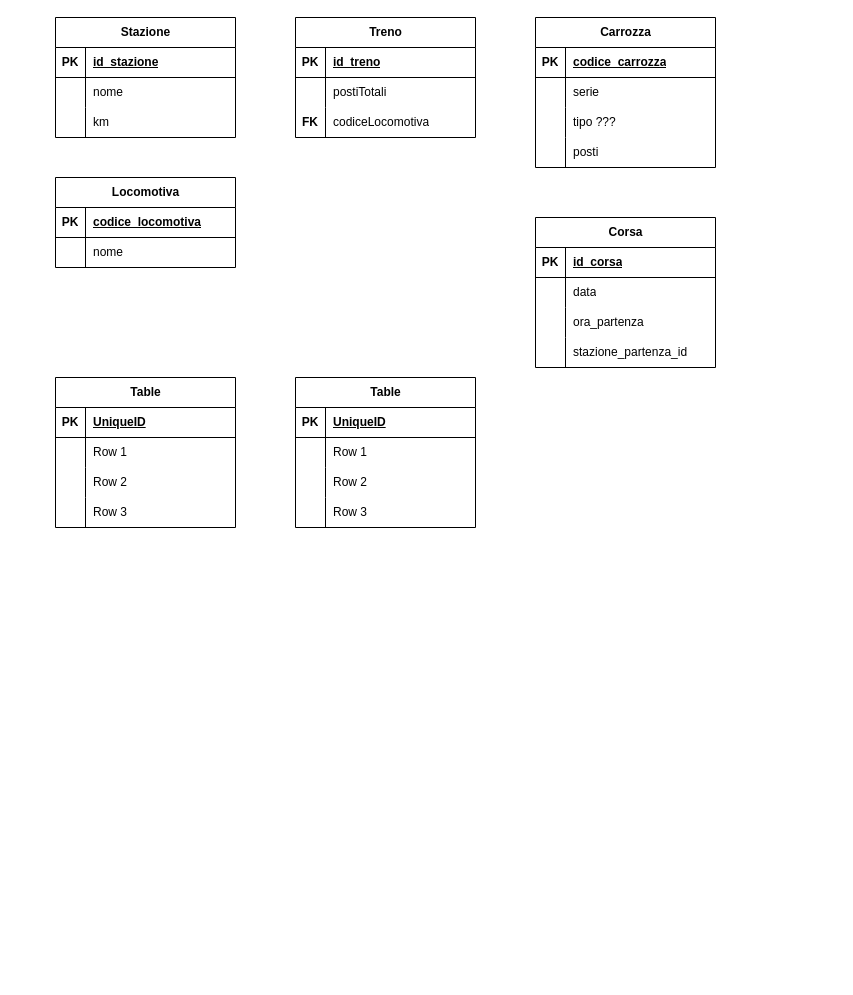
alex991906/vendita-biglietti-sft keeps this draw.io diagram as ER - vendita biglietti per SFT.drawio. Above is the earlier version. Source tidied: cells renumbered, new cells numbered last; positions are measured from the earlier drawing's top-left corner, leaving out a move shared by most shapes. Both pictures are drawn from the tidied source at 100%, with x=0, y=0 at pixel (55, 17).
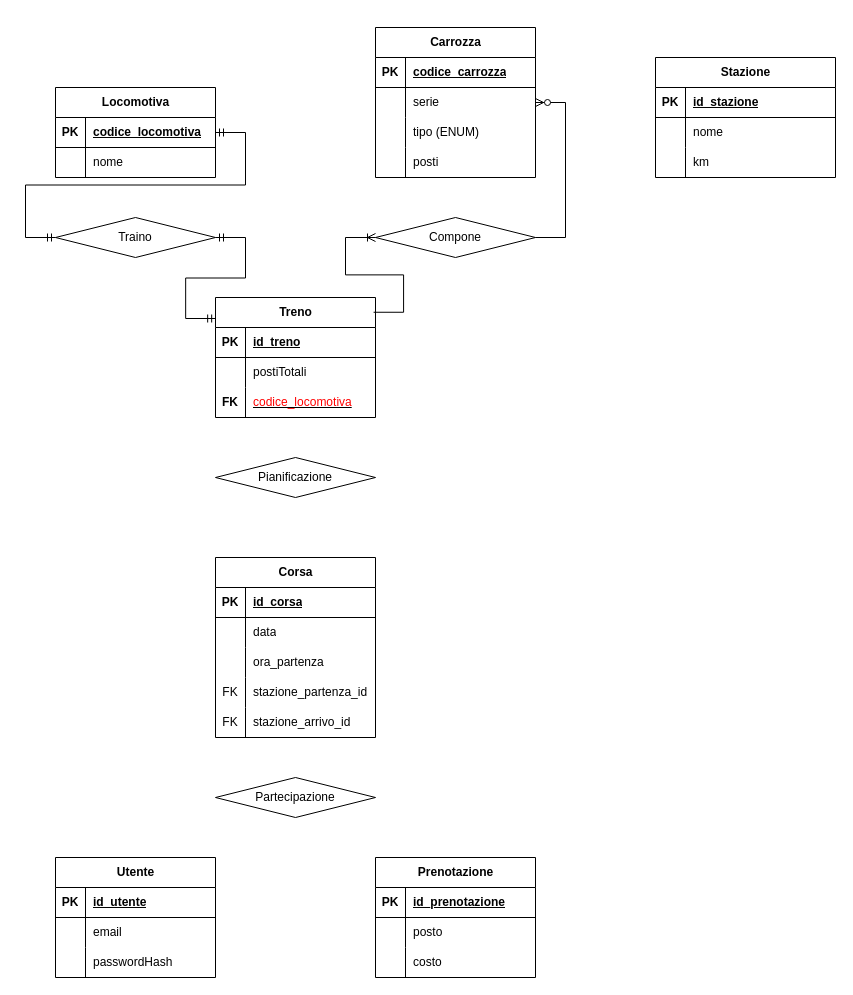
Above is the later version.

What changed in the source:
```diff
@@
     <mxCell id="2" value="Corsa" style="shape=table;startSize=30;childLayout=tableLayout;rowLines=0;fontStyle=1;align=center;html=1;" parent="1" vertex="1">
-      <mxGeometry x="480" y="200" width="180" height="150" as="geometry" />
+      <mxGeometry x="160" y="540" width="160" height="180" as="geometry" />
     </mxCell>
     <mxCell id="3" style="shape=tableRow;horizontal=0;startSize=0;swimlaneHead=0;swimlaneBody=0;fillColor=none;top=0;left=0;right=0;bottom=1;" parent="2" vertex="1">
-      <mxGeometry y="30" width="180" height="30" as="geometry" />
+      <mxGeometry y="30" width="160" height="30" as="geometry" />
     </mxCell>
@@
     <mxCell id="5" value="id_corsa" style="shape=partialRectangle;fillColor=none;top=0;left=0;bottom=0;right=0;align=left;spacingLeft=6;fontStyle=5;overflow=hidden;whiteSpace=wrap;html=1;" parent="3" vertex="1">
-      <mxGeometry x="30" width="150" height="30" as="geometry" />
+      <mxGeometry x="30" width="130" height="30" as="geometry" />
     </mxCell>
     <mxCell id="6" style="shape=tableRow;horizontal=0;startSize=0;swimlaneHead=0;swimlaneBody=0;fillColor=none;top=0;left=0;right=0;bottom=0;" parent="2" vertex="1">
-      <mxGeometry y="60" width="180" height="30" as="geometry" />
+      <mxGeometry y="60" width="160" height="30" as="geometry" />
     </mxCell>
@@
     <mxCell id="8" value="data" style="shape=partialRectangle;fillColor=none;top=0;left=0;bottom=0;right=0;align=left;spacingLeft=6;overflow=hidden;whiteSpace=wrap;html=1;" parent="6" vertex="1">
-      <mxGeometry x="30" width="150" height="30" as="geometry" />
+      <mxGeometry x="30" width="130" height="30" as="geometry" />
     </mxCell>
     <mxCell id="9" style="shape=tableRow;horizontal=0;startSize=0;swimlaneHead=0;swimlaneBody=0;fillColor=none;top=0;left=0;right=0;bottom=0;" parent="2" vertex="1">
-      <mxGeometry y="90" width="180" height="30" as="geometry" />
+      <mxGeometry y="90" width="160" height="30" as="geometry" />
     </mxCell>
@@
     <mxCell id="11" value="ora_partenza" style="shape=partialRectangle;fillColor=none;top=0;left=0;bottom=0;right=0;align=left;spacingLeft=6;overflow=hidden;whiteSpace=wrap;html=1;" parent="9" vertex="1">
-      <mxGeometry x="30" width="150" height="30" as="geometry" />
+      <mxGeometry x="30" width="130" height="30" as="geometry" />
     </mxCell>
     <mxCell id="12" style="shape=tableRow;horizontal=0;startSize=0;swimlaneHead=0;swimlaneBody=0;fillColor=none;top=0;left=0;right=0;bottom=0;" parent="2" vertex="1">
-      <mxGeometry y="120" width="180" height="30" as="geometry" />
+      <mxGeometry y="120" width="160" height="30" as="geometry" />
     </mxCell>
-    <mxCell id="13" style="shape=partialRectangle;fillColor=none;top=0;left=0;bottom=0;right=0;overflow=hidden;whiteSpace=wrap;html=1;" parent="12" vertex="1">
+    <mxCell id="13" value="FK" style="shape=partialRectangle;fillColor=none;top=0;left=0;bottom=0;right=0;overflow=hidden;whiteSpace=wrap;html=1;" parent="12" vertex="1">
       <mxGeometry width="30" height="30" as="geometry" />
     </mxCell>
     <mxCell id="14" value="stazione_partenza_id" style="shape=partialRectangle;fillColor=none;top=0;left=0;bottom=0;right=0;align=left;spacingLeft=6;overflow=hidden;whiteSpace=wrap;html=1;" parent="12" vertex="1">
-      <mxGeometry x="30" width="150" height="30" as="geometry" />
+      <mxGeometry x="30" width="130" height="30" as="geometry" />
     </mxCell>
+    <mxCell id="81" style="shape=tableRow;horizontal=0;startSize=0;swimlaneHead=0;swimlaneBody=0;fillColor=none;top=0;left=0;right=0;bottom=0;" parent="2" vertex="1">
+      <mxGeometry y="150" width="160" height="30" as="geometry" />
+    </mxCell>
+    <mxCell id="82" value="FK" style="shape=partialRectangle;fillColor=none;top=0;left=0;bottom=0;right=0;overflow=hidden;whiteSpace=wrap;html=1;" parent="81" vertex="1">
+      <mxGeometry width="30" height="30" as="geometry" />
+    </mxCell>
+    <mxCell id="83" value="stazione_arrivo_id" style="shape=partialRectangle;fillColor=none;top=0;left=0;bottom=0;right=0;align=left;spacingLeft=6;overflow=hidden;whiteSpace=wrap;html=1;" parent="81" vertex="1">
+      <mxGeometry x="30" width="130" height="30" as="geometry" />
+    </mxCell>
     <mxCell id="15" value="Stazione" style="shape=table;startSize=30;childLayout=tableLayout;rowLines=0;fontStyle=1;align=center;html=1;" parent="1" vertex="1">
-      <mxGeometry width="180" height="120" as="geometry" />
+      <mxGeometry x="600" y="40" width="180" height="120" as="geometry" />
     </mxCell>
@@
     <mxCell id="25" value="Treno" style="shape=table;startSize=30;childLayout=tableLayout;rowLines=0;fontStyle=1;align=center;html=1;" parent="1" vertex="1">
-      <mxGeometry x="240" width="180" height="120" as="geometry" />
+      <mxGeometry x="160" y="280" width="160" height="120" as="geometry" />
     </mxCell>
     <mxCell id="26" style="shape=tableRow;horizontal=0;startSize=0;swimlaneHead=0;swimlaneBody=0;fillColor=none;top=0;left=0;right=0;bottom=1;" parent="25" vertex="1">
-      <mxGeometry y="30" width="180" height="30" as="geometry" />
+      <mxGeometry y="30" width="160" height="30" as="geometry" />
     </mxCell>
@@
     <mxCell id="28" value="id_treno" style="shape=partialRectangle;fillColor=none;top=0;left=0;bottom=0;right=0;align=left;spacingLeft=6;fontStyle=5;overflow=hidden;whiteSpace=wrap;html=1;" parent="26" vertex="1">
-      <mxGeometry x="30" width="150" height="30" as="geometry" />
+      <mxGeometry x="30" width="130" height="30" as="geometry" />
     </mxCell>
     <mxCell id="29" style="shape=tableRow;horizontal=0;startSize=0;swimlaneHead=0;swimlaneBody=0;fillColor=none;top=0;left=0;right=0;bottom=0;" parent="25" vertex="1">
-      <mxGeometry y="60" width="180" height="30" as="geometry" />
+      <mxGeometry y="60" width="160" height="30" as="geometry" />
     </mxCell>
@@
     <mxCell id="31" value="postiTotali" style="shape=partialRectangle;fillColor=none;top=0;left=0;bottom=0;right=0;align=left;spacingLeft=6;overflow=hidden;whiteSpace=wrap;html=1;" parent="29" vertex="1">
-      <mxGeometry x="30" width="150" height="30" as="geometry" />
+      <mxGeometry x="30" width="130" height="30" as="geometry" />
     </mxCell>
     <mxCell id="32" style="shape=tableRow;horizontal=0;startSize=0;swimlaneHead=0;swimlaneBody=0;fillColor=none;top=0;left=0;right=0;bottom=0;" parent="25" vertex="1">
-      <mxGeometry y="90" width="180" height="30" as="geometry" />
+      <mxGeometry y="90" width="160" height="30" as="geometry" />
     </mxCell>
@@
-    <mxCell id="34" value="codiceLocomotiva" style="shape=partialRectangle;fillColor=none;top=0;left=0;bottom=0;right=0;align=left;spacingLeft=6;overflow=hidden;whiteSpace=wrap;html=1;" parent="32" vertex="1">
-      <mxGeometry x="30" width="150" height="30" as="geometry" />
+    <mxCell id="34" value="&lt;u&gt;&lt;font style=&quot;color: rgb(255, 0, 0);&quot;&gt;codice_locomotiva&lt;/font&gt;&lt;/u&gt;" style="shape=partialRectangle;fillColor=none;top=0;left=0;bottom=0;right=0;align=left;spacingLeft=6;overflow=hidden;whiteSpace=wrap;html=1;" parent="32" vertex="1">
+      <mxGeometry x="30" width="130" height="30" as="geometry" />
     </mxCell>
     <mxCell id="35" value="Locomotiva" style="shape=table;startSize=30;childLayout=tableLayout;rowLines=0;fontStyle=1;align=center;html=1;" parent="1" vertex="1">
-      <mxGeometry y="160" width="180" height="90" as="geometry" />
+      <mxGeometry y="70" width="160" height="90" as="geometry" />
     </mxCell>
     <mxCell id="36" style="shape=tableRow;horizontal=0;startSize=0;swimlaneHead=0;swimlaneBody=0;fillColor=none;points=[[0,0.5],[1,0.5]];portConstraint=eastwest;top=0;left=0;right=0;bottom=1;" parent="35" vertex="1">
-      <mxGeometry y="30" width="180" height="30" as="geometry" />
+      <mxGeometry y="30" width="160" height="30" as="geometry" />
     </mxCell>
@@
     <mxCell id="38" value="codice_locomotiva" style="shape=partialRectangle;fillColor=none;top=0;left=0;bottom=0;right=0;align=left;spacingLeft=6;fontStyle=5;overflow=hidden;whiteSpace=wrap;html=1;" parent="36" vertex="1">
-      <mxGeometry x="30" width="150" height="30" as="geometry" />
+      <mxGeometry x="30" width="130" height="30" as="geometry" />
     </mxCell>
     <mxCell id="39" style="shape=tableRow;horizontal=0;startSize=0;swimlaneHead=0;swimlaneBody=0;fillColor=none;top=0;left=0;right=0;bottom=0;" parent="35" vertex="1">
-      <mxGeometry y="60" width="180" height="30" as="geometry" />
+      <mxGeometry y="60" width="160" height="30" as="geometry" />
     </mxCell>
@@
     <mxCell id="41" value="nome" style="shape=partialRectangle;fillColor=none;top=0;left=0;bottom=0;right=0;align=left;spacingLeft=6;overflow=hidden;whiteSpace=wrap;html=1;" parent="39" vertex="1">
-      <mxGeometry x="30" width="150" height="30" as="geometry" />
+      <mxGeometry x="30" width="130" height="30" as="geometry" />
     </mxCell>
     <mxCell id="42" value="Carrozza" style="shape=table;startSize=30;childLayout=tableLayout;rowLines=0;fontStyle=1;align=center;html=1;" parent="1" vertex="1">
-      <mxGeometry x="480" width="180" height="150" as="geometry" />
+      <mxGeometry x="320" y="10" width="160" height="150" as="geometry" />
     </mxCell>
     <mxCell id="43" style="shape=tableRow;horizontal=0;startSize=0;swimlaneHead=0;swimlaneBody=0;fillColor=none;top=0;left=0;right=0;bottom=1;" parent="42" vertex="1">
-      <mxGeometry y="30" width="180" height="30" as="geometry" />
+      <mxGeometry y="30" width="160" height="30" as="geometry" />
     </mxCell>
@@
     <mxCell id="45" value="codice_carrozza" style="shape=partialRectangle;fillColor=none;top=0;left=0;bottom=0;right=0;align=left;spacingLeft=6;fontStyle=5;overflow=hidden;whiteSpace=wrap;html=1;" parent="43" vertex="1">
-      <mxGeometry x="30" width="150" height="30" as="geometry" />
+      <mxGeometry x="30" width="130" height="30" as="geometry" />
     </mxCell>
     <mxCell id="46" style="shape=tableRow;horizontal=0;startSize=0;swimlaneHead=0;swimlaneBody=0;fillColor=none;top=0;left=0;right=0;bottom=0;" parent="42" vertex="1">
-      <mxGeometry y="60" width="180" height="30" as="geometry" />
+      <mxGeometry y="60" width="160" height="30" as="geometry" />
     </mxCell>
@@
     <mxCell id="48" value="serie" style="shape=partialRectangle;fillColor=none;top=0;left=0;bottom=0;right=0;align=left;spacingLeft=6;overflow=hidden;whiteSpace=wrap;html=1;" parent="46" vertex="1">
-      <mxGeometry x="30" width="150" height="30" as="geometry" />
+      <mxGeometry x="30" width="130" height="30" as="geometry" />
     </mxCell>
     <mxCell id="49" style="shape=tableRow;horizontal=0;startSize=0;swimlaneHead=0;swimlaneBody=0;fillColor=none;top=0;left=0;right=0;bottom=0;" parent="42" vertex="1">
-      <mxGeometry y="90" width="180" height="30" as="geometry" />
+      <mxGeometry y="90" width="160" height="30" as="geometry" />
     </mxCell>
@@
-    <mxCell id="51" value="tipo ???" style="shape=partialRectangle;fillColor=none;top=0;left=0;bottom=0;right=0;align=left;spacingLeft=6;overflow=hidden;whiteSpace=wrap;html=1;" parent="49" vertex="1">
-      <mxGeometry x="30" width="150" height="30" as="geometry" />
+    <mxCell id="51" value="tipo (ENUM)" style="shape=partialRectangle;fillColor=none;top=0;left=0;bottom=0;right=0;align=left;spacingLeft=6;overflow=hidden;whiteSpace=wrap;html=1;" parent="49" vertex="1">
+      <mxGeometry x="30" width="130" height="30" as="geometry" />
     </mxCell>
     <mxCell id="52" style="shape=tableRow;horizontal=0;startSize=0;swimlaneHead=0;swimlaneBody=0;fillColor=none;top=0;left=0;right=0;bottom=0;" parent="42" vertex="1">
-      <mxGeometry y="120" width="180" height="30" as="geometry" />
+      <mxGeometry y="120" width="160" height="30" as="geometry" />
     </mxCell>
@@
     <mxCell id="54" value="posti" style="shape=partialRectangle;fillColor=none;top=0;left=0;bottom=0;right=0;align=left;spacingLeft=6;overflow=hidden;whiteSpace=wrap;html=1;" parent="52" vertex="1">
-      <mxGeometry x="30" width="150" height="30" as="geometry" />
+      <mxGeometry x="30" width="130" height="30" as="geometry" />
     </mxCell>
+    <mxCell id="68" value="Prenotazione" style="shape=table;startSize=30;childLayout=tableLayout;rowLines=0;fontStyle=1;align=center;html=1;" parent="1" vertex="1">
+      <mxGeometry x="320" y="840" width="160" height="120" as="geometry" />
+    </mxCell>
+    <mxCell id="69" style="shape=tableRow;horizontal=0;startSize=0;swimlaneHead=0;swimlaneBody=0;fillColor=none;top=0;left=0;right=0;bottom=1;" parent="68" vertex="1">
+      <mxGeometry y="30" width="160" height="30" as="geometry" />
+    </mxCell>
+    <mxCell id="70" value="PK" style="shape=partialRectangle;fillColor=none;top=0;left=0;bottom=0;right=0;fontStyle=1;overflow=hidden;whiteSpace=wrap;html=1;" parent="69" vertex="1">
+      <mxGeometry width="30" height="30" as="geometry" />
+    </mxCell>
+    <mxCell id="71" value="id_prenotazione" style="shape=partialRectangle;fillColor=none;top=0;left=0;bottom=0;right=0;align=left;spacingLeft=6;fontStyle=5;overflow=hidden;whiteSpace=wrap;html=1;" parent="69" vertex="1">
+      <mxGeometry x="30" width="130" height="30" as="geometry" />
+    </mxCell>
+    <mxCell id="72" style="shape=tableRow;horizontal=0;startSize=0;swimlaneHead=0;swimlaneBody=0;fillColor=none;top=0;left=0;right=0;bottom=0;" parent="68" vertex="1">
+      <mxGeometry y="60" width="160" height="30" as="geometry" />
+    </mxCell>
+    <mxCell id="73" style="shape=partialRectangle;fillColor=none;top=0;left=0;bottom=0;right=0;overflow=hidden;whiteSpace=wrap;html=1;" parent="72" vertex="1">
+      <mxGeometry width="30" height="30" as="geometry" />
+    </mxCell>
+    <mxCell id="74" value="posto" style="shape=partialRectangle;fillColor=none;top=0;left=0;bottom=0;right=0;align=left;spacingLeft=6;overflow=hidden;whiteSpace=wrap;html=1;" parent="72" vertex="1">
+      <mxGeometry x="30" width="130" height="30" as="geometry" />
+    </mxCell>
+    <mxCell id="75" style="shape=tableRow;horizontal=0;startSize=0;swimlaneHead=0;swimlaneBody=0;fillColor=none;top=0;left=0;right=0;bottom=0;" parent="68" vertex="1">
+      <mxGeometry y="90" width="160" height="30" as="geometry" />
+    </mxCell>
+    <mxCell id="76" style="shape=partialRectangle;fillColor=none;top=0;left=0;bottom=0;right=0;overflow=hidden;whiteSpace=wrap;html=1;" parent="75" vertex="1">
+      <mxGeometry width="30" height="30" as="geometry" />
+    </mxCell>
+    <mxCell id="77" value="costo" style="shape=partialRectangle;fillColor=none;top=0;left=0;bottom=0;right=0;align=left;spacingLeft=6;overflow=hidden;whiteSpace=wrap;html=1;" parent="75" vertex="1">
+      <mxGeometry x="30" width="130" height="30" as="geometry" />
+    </mxCell>
+    <mxCell id="84" value="Compone" style="shape=rhombus;perimeter=rhombusPerimeter;whiteSpace=wrap;html=1;align=center;" parent="1" vertex="1">
+      <mxGeometry x="320" y="200" width="160" height="40" as="geometry" />
+    </mxCell>
+    <mxCell id="85" value="Traino" style="shape=rhombus;perimeter=rhombusPerimeter;whiteSpace=wrap;html=1;align=center;" parent="1" vertex="1">
+      <mxGeometry y="200" width="160" height="40" as="geometry" />
+    </mxCell>
+    <mxCell id="86" value="Pianificazione" style="shape=rhombus;perimeter=rhombusPerimeter;whiteSpace=wrap;html=1;align=center;" parent="1" vertex="1">
+      <mxGeometry x="160" y="440" width="160" height="40" as="geometry" />
+    </mxCell>
+    <mxCell id="87" value="Partecipazione" style="shape=rhombus;perimeter=rhombusPerimeter;whiteSpace=wrap;html=1;align=center;" parent="1" vertex="1">
+      <mxGeometry x="160" y="760" width="160" height="40" as="geometry" />
+    </mxCell>
-    <mxCell id="55" value="Table" style="shape=table;startSize=30;childLayout=tableLayout;rowLines=0;fontStyle=1;align=center;html=1;" parent="1" vertex="1">
-      <mxGeometry y="360" width="180" height="150" as="geometry" />
+    <mxCell id="55" value="Utente" style="shape=table;startSize=30;childLayout=tableLayout;rowLines=0;fontStyle=1;align=center;html=1;" parent="1" vertex="1">
+      <mxGeometry y="840" width="160" height="120" as="geometry" />
     </mxCell>
     <mxCell id="56" style="shape=tableRow;horizontal=0;startSize=0;swimlaneHead=0;swimlaneBody=0;fillColor=none;top=0;left=0;right=0;bottom=1;" parent="55" vertex="1">
-      <mxGeometry y="30" width="180" height="30" as="geometry" />
+      <mxGeometry y="30" width="160" height="30" as="geometry" />
     </mxCell>
@@
-    <mxCell id="58" value="UniqueID" style="shape=partialRectangle;fillColor=none;top=0;left=0;bottom=0;right=0;align=left;spacingLeft=6;fontStyle=5;overflow=hidden;whiteSpace=wrap;html=1;" parent="56" vertex="1">
-      <mxGeometry x="30" width="150" height="30" as="geometry" />
+    <mxCell id="58" value="id_utente" style="shape=partialRectangle;fillColor=none;top=0;left=0;bottom=0;right=0;align=left;spacingLeft=6;fontStyle=5;overflow=hidden;whiteSpace=wrap;html=1;" parent="56" vertex="1">
+      <mxGeometry x="30" width="130" height="30" as="geometry" />
     </mxCell>
     <mxCell id="59" style="shape=tableRow;horizontal=0;startSize=0;swimlaneHead=0;swimlaneBody=0;fillColor=none;top=0;left=0;right=0;bottom=0;" parent="55" vertex="1">
-      <mxGeometry y="60" width="180" height="30" as="geometry" />
+      <mxGeometry y="60" width="160" height="30" as="geometry" />
     </mxCell>
@@
-    <mxCell id="61" value="Row 1" style="shape=partialRectangle;fillColor=none;top=0;left=0;bottom=0;right=0;align=left;spacingLeft=6;overflow=hidden;whiteSpace=wrap;html=1;" parent="59" vertex="1">
-      <mxGeometry x="30" width="150" height="30" as="geometry" />
+    <mxCell id="61" value="email" style="shape=partialRectangle;fillColor=none;top=0;left=0;bottom=0;right=0;align=left;spacingLeft=6;overflow=hidden;whiteSpace=wrap;html=1;" parent="59" vertex="1">
+      <mxGeometry x="30" width="130" height="30" as="geometry" />
     </mxCell>
     <mxCell id="62" style="shape=tableRow;horizontal=0;startSize=0;swimlaneHead=0;swimlaneBody=0;fillColor=none;top=0;left=0;right=0;bottom=0;" parent="55" vertex="1">
-      <mxGeometry y="90" width="180" height="30" as="geometry" />
+      <mxGeometry y="90" width="160" height="30" as="geometry" />
     </mxCell>
@@
-    <mxCell id="64" value="Row 2" style="shape=partialRectangle;fillColor=none;top=0;left=0;bottom=0;right=0;align=left;spacingLeft=6;overflow=hidden;whiteSpace=wrap;html=1;" parent="62" vertex="1">
-      <mxGeometry x="30" width="150" height="30" as="geometry" />
+    <mxCell id="64" value="passwordHash" style="shape=partialRectangle;fillColor=none;top=0;left=0;bottom=0;right=0;align=left;spacingLeft=6;overflow=hidden;whiteSpace=wrap;html=1;" parent="62" vertex="1">
+      <mxGeometry x="30" width="130" height="30" as="geometry" />
     </mxCell>
-    <mxCell id="65" style="shape=tableRow;horizontal=0;startSize=0;swimlaneHead=0;swimlaneBody=0;fillColor=none;top=0;left=0;right=0;bottom=0;" parent="55" vertex="1">
-      <mxGeometry y="120" width="180" height="30" as="geometry" />
-    </mxCell>
-    <mxCell id="66" style="shape=partialRectangle;fillColor=none;top=0;left=0;bottom=0;right=0;overflow=hidden;whiteSpace=wrap;html=1;" parent="65" vertex="1">
-      <mxGeometry width="30" height="30" as="geometry" />
-    </mxCell>
-    <mxCell id="67" value="Row 3" style="shape=partialRectangle;fillColor=none;top=0;left=0;bottom=0;right=0;align=left;spacingLeft=6;overflow=hidden;whiteSpace=wrap;html=1;" parent="65" vertex="1">
-      <mxGeometry x="30" width="150" height="30" as="geometry" />
-    </mxCell>
-    <mxCell id="68" value="Table" style="shape=table;startSize=30;childLayout=tableLayout;rowLines=0;fontStyle=1;align=center;html=1;" parent="1" vertex="1">
-      <mxGeometry x="240" y="360" width="180" height="150" as="geometry" />
-    </mxCell>
-    <mxCell id="69" style="shape=tableRow;horizontal=0;startSize=0;swimlaneHead=0;swimlaneBody=0;fillColor=none;top=0;left=0;right=0;bottom=1;" parent="68" vertex="1">
-      <mxGeometry y="30" width="180" height="30" as="geometry" />
-    </mxCell>
-    <mxCell id="70" value="PK" style="shape=partialRectangle;fillColor=none;top=0;left=0;bottom=0;right=0;fontStyle=1;overflow=hidden;whiteSpace=wrap;html=1;" parent="69" vertex="1">
-      <mxGeometry width="30" height="30" as="geometry" />
-    </mxCell>
-    <mxCell id="71" value="UniqueID" style="shape=partialRectangle;fillColor=none;top=0;left=0;bottom=0;right=0;align=left;spacingLeft=6;fontStyle=5;overflow=hidden;whiteSpace=wrap;html=1;" parent="69" vertex="1">
-      <mxGeometry x="30" width="150" height="30" as="geometry" />
-    </mxCell>
-    <mxCell id="72" style="shape=tableRow;horizontal=0;startSize=0;swimlaneHead=0;swimlaneBody=0;fillColor=none;top=0;left=0;right=0;bottom=0;" parent="68" vertex="1">
-      <mxGeometry y="60" width="180" height="30" as="geometry" />
-    </mxCell>
-    <mxCell id="73" style="shape=partialRectangle;fillColor=none;top=0;left=0;bottom=0;right=0;overflow=hidden;whiteSpace=wrap;html=1;" parent="72" vertex="1">
-      <mxGeometry width="30" height="30" as="geometry" />
-    </mxCell>
-    <mxCell id="74" value="Row 1" style="shape=partialRectangle;fillColor=none;top=0;left=0;bottom=0;right=0;align=left;spacingLeft=6;overflow=hidden;whiteSpace=wrap;html=1;" parent="72" vertex="1">
-      <mxGeometry x="30" width="150" height="30" as="geometry" />
-    </mxCell>
-    <mxCell id="75" style="shape=tableRow;horizontal=0;startSize=0;swimlaneHead=0;swimlaneBody=0;fillColor=none;top=0;left=0;right=0;bottom=0;" parent="68" vertex="1">
-      <mxGeometry y="90" width="180" height="30" as="geometry" />
-    </mxCell>
-    <mxCell id="76" style="shape=partialRectangle;fillColor=none;top=0;left=0;bottom=0;right=0;overflow=hidden;whiteSpace=wrap;html=1;" parent="75" vertex="1">
-      <mxGeometry width="30" height="30" as="geometry" />
-    </mxCell>
-    <mxCell id="77" value="Row 2" style="shape=partialRectangle;fillColor=none;top=0;left=0;bottom=0;right=0;align=left;spacingLeft=6;overflow=hidden;whiteSpace=wrap;html=1;" parent="75" vertex="1">
-      <mxGeometry x="30" width="150" height="30" as="geometry" />
-    </mxCell>
-    <mxCell id="78" style="shape=tableRow;horizontal=0;startSize=0;swimlaneHead=0;swimlaneBody=0;fillColor=none;top=0;left=0;right=0;bottom=0;" parent="68" vertex="1">
-      <mxGeometry y="120" width="180" height="30" as="geometry" />
-    </mxCell>
-    <mxCell id="79" style="shape=partialRectangle;fillColor=none;top=0;left=0;bottom=0;right=0;overflow=hidden;whiteSpace=wrap;html=1;" parent="78" vertex="1">
-      <mxGeometry width="30" height="30" as="geometry" />
-    </mxCell>
-    <mxCell id="80" value="Row 3" style="shape=partialRectangle;fillColor=none;top=0;left=0;bottom=0;right=0;align=left;spacingLeft=6;overflow=hidden;whiteSpace=wrap;html=1;" parent="78" vertex="1">
-      <mxGeometry x="30" width="150" height="30" as="geometry" />
-    </mxCell>
+    <mxCell id="88" style="edgeStyle=entityRelationEdgeStyle;fontSize=12;html=1;endArrow=ERoneToMany;rounded=0;exitX=0.988;exitY=0.123;exitDx=0;exitDy=0;exitPerimeter=0;" parent="1" edge="1" source="25" target="84">
+      <mxGeometry relative="1" as="geometry" />
+    </mxCell>
+    <mxCell id="89" style="edgeStyle=entityRelationEdgeStyle;fontSize=12;html=1;endArrow=ERzeroToMany;endFill=1;rounded=0;" parent="1" edge="1" source="84" target="42">
+      <mxGeometry relative="1" as="geometry" />
+    </mxCell>
+    <mxCell id="90" style="edgeStyle=entityRelationEdgeStyle;fontSize=12;html=1;endArrow=ERmandOne;startArrow=ERmandOne;rounded=0;entryX=0.001;entryY=0.175;entryDx=0;entryDy=0;entryPerimeter=0;" parent="1" edge="1" source="85" target="25">
+      <mxGeometry relative="1" as="geometry" />
+    </mxCell>
+    <mxCell id="91" style="edgeStyle=entityRelationEdgeStyle;fontSize=12;html=1;endArrow=ERmandOne;startArrow=ERmandOne;rounded=0;" parent="1" edge="1" source="36">
+      <mxGeometry relative="1" as="geometry">
+        <mxPoint y="220" as="targetPoint" />
+      </mxGeometry>
+    </mxCell>
```
